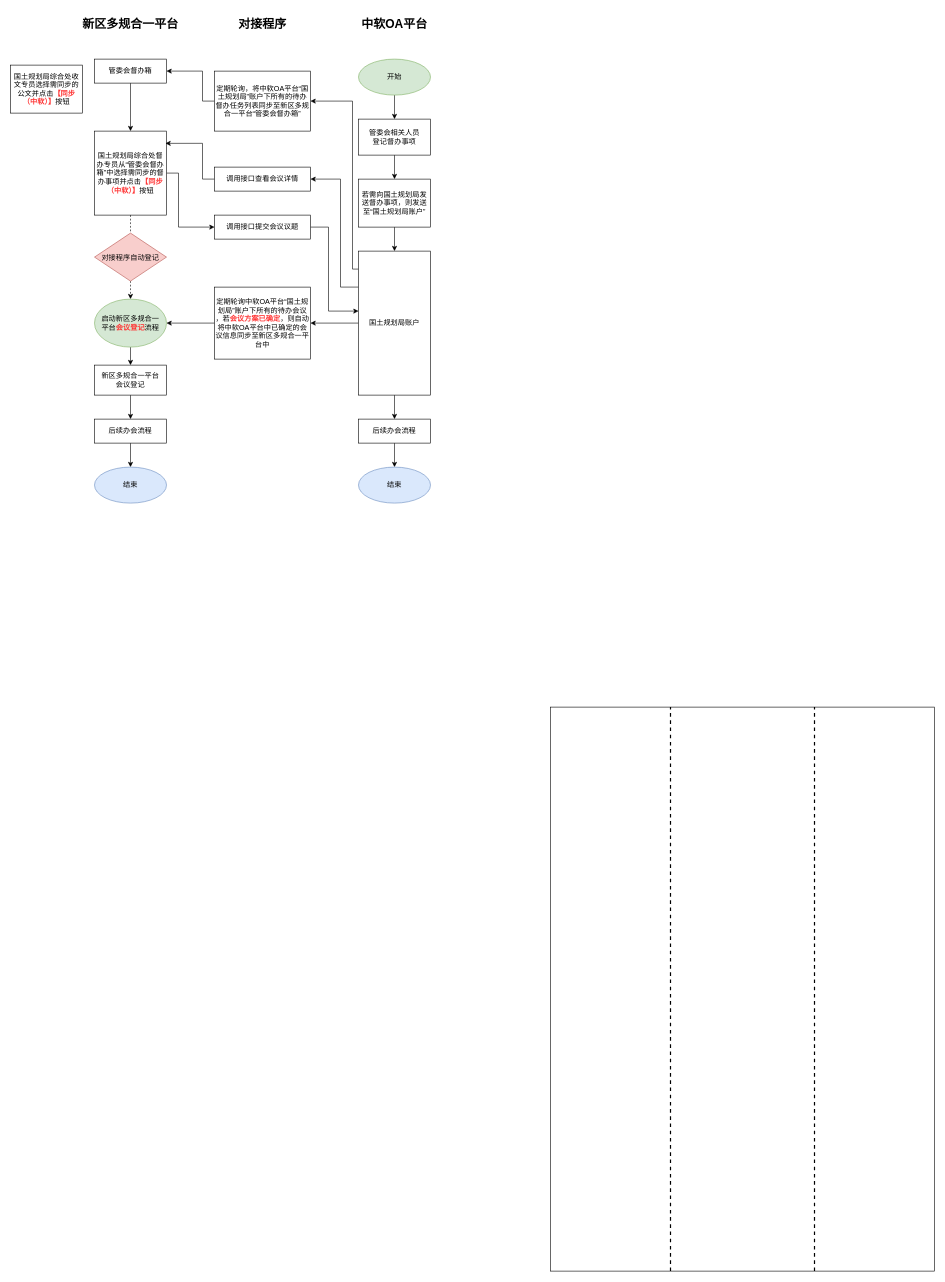
Before: page "督办模块" (6 of 6) of 中软对接.drawio in 806100963/draw.io, a draw.io diagram. Source tidied: cells renumbered, new cells numbered last; positions are measured from the earlier drawing's top-left corner, leaving out a move shared by most shapes. Both pictures are drawn from the tidied source at 60%, with x=0, y=0 at pixel (10, 11).
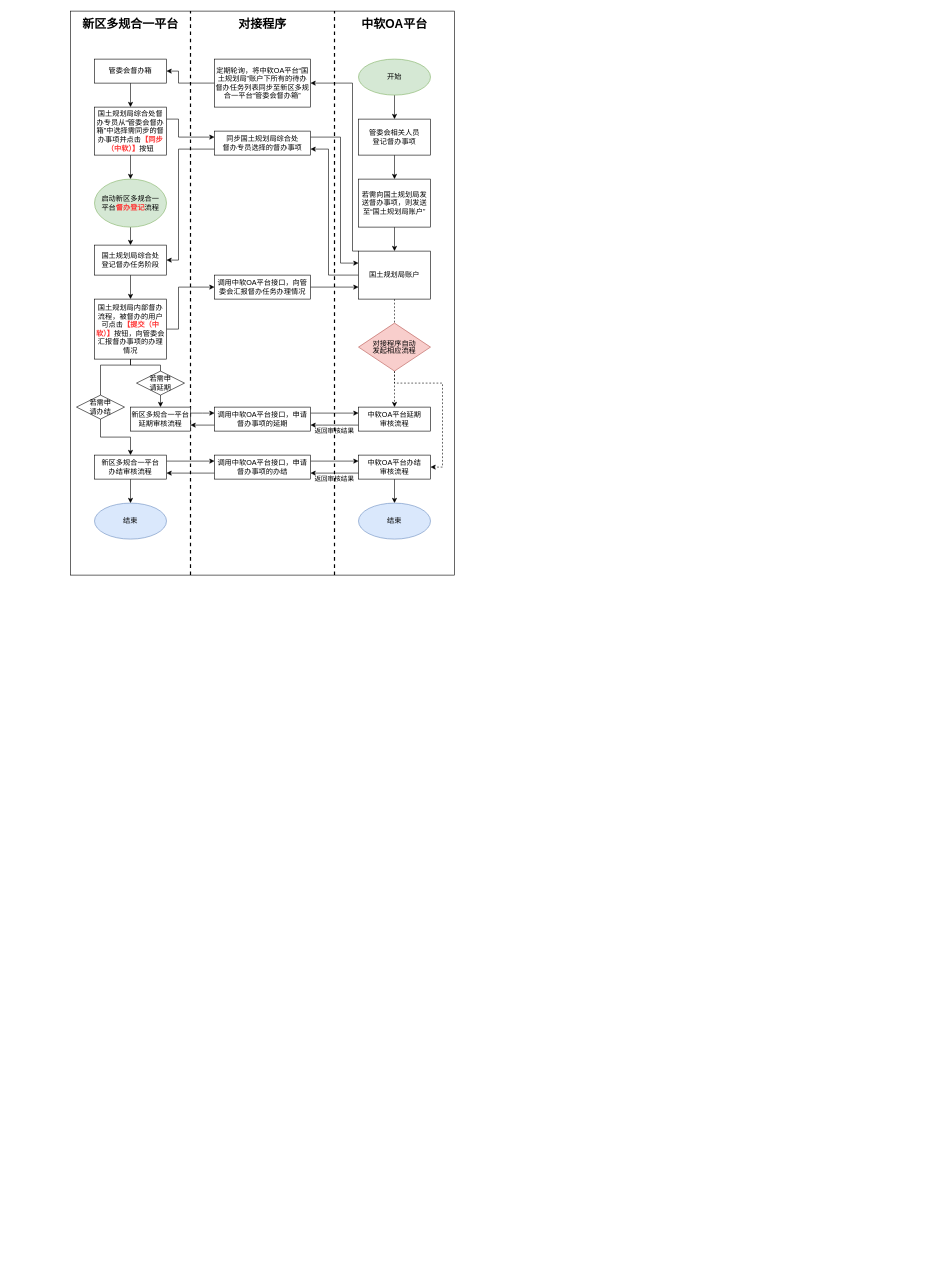
The same page after the edit.

Unchanged cells that the change refers to:
```xml
<mxCell id="16" value="管委会督办箱" style="rounded=0;whiteSpace=wrap;html=1;fontSize=12;" parent="1" vertex="1">
  <mxGeometry x="140" y="80" width="120" height="40" as="geometry" />
</mxCell>
```

Change to the diagram source:
```diff
@@
+    <mxCell id="41" style="group;" parent="1" vertex="1">
+      <mxGeometry x="100" width="640" height="940" as="geometry" />
+    </mxCell>
+    <mxCell id="42" style="rounded=0;whiteSpace=wrap;html=1;fontSize=20;" parent="41" vertex="1">
+      <mxGeometry width="640" height="940" as="geometry" />
+    </mxCell>
+    <mxCell id="43" style="endArrow=none;dashed=1;html=1;strokeWidth=2;" parent="41" edge="1">
+      <mxGeometry y="-293.8" as="geometry">
+        <mxPoint x="440" y="940" as="sourcePoint" />
+        <mxPoint x="440" as="targetPoint" />
+      </mxGeometry>
+    </mxCell>
+    <mxCell id="44" style="endArrow=none;dashed=1;html=1;strokeWidth=2;" parent="41" edge="1">
+      <mxGeometry x="-10" y="-308.4" as="geometry">
+        <mxPoint x="200" y="940" as="sourcePoint" />
+        <mxPoint x="200" as="targetPoint" />
+      </mxGeometry>
+    </mxCell>
+    <mxCell id="46" value="若需申&lt;br&gt;请延期" style="rhombus;whiteSpace=wrap;html=1;" parent="41" vertex="1">
+      <mxGeometry x="110" y="600" width="80" height="40" as="geometry" />
+    </mxCell>
+    <mxCell id="47" value="若需申&lt;br&gt;请办结" style="rhombus;whiteSpace=wrap;html=1;" parent="41" vertex="1">
+      <mxGeometry x="10" y="640" width="80" height="40" as="geometry" />
+    </mxCell>
@@
     <mxCell id="8" style="edgeStyle=orthogonalEdgeStyle;rounded=0;jettySize=auto;html=1;entryX=1;entryY=0.5;entryDx=0;entryDy=0;fontSize=12;" parent="1" edge="1" source="12" target="14">
       <mxGeometry relative="1" as="geometry">
         <Array as="points">
-          <mxPoint x="570" y="430" />
-          <mxPoint x="570" y="150" />
+          <mxPoint x="570" y="400" />
+          <mxPoint x="570" y="120" />
         </Array>
       </mxGeometry>
     </mxCell>
-    <mxCell id="9" style="edgeStyle=orthogonalEdgeStyle;rounded=0;jettySize=auto;html=1;exitX=0;exitY=0.25;exitDx=0;exitDy=0;entryX=1;entryY=0.5;entryDx=0;entryDy=0;fontSize=12;" parent="1" edge="1" source="12" target="27">
-      <mxGeometry relative="1" as="geometry">
-        <Array as="points">
-          <mxPoint x="550" y="460" />
-          <mxPoint x="550" y="280" />
-        </Array>
-      </mxGeometry>
-    </mxCell>
-    <mxCell id="10" style="edgeStyle=orthogonalEdgeStyle;rounded=0;jettySize=auto;html=1;exitX=0;exitY=0.5;exitDx=0;exitDy=0;entryX=1;entryY=0.5;entryDx=0;entryDy=0;fontSize=12;" parent="1" edge="1" source="12" target="19">
-      <mxGeometry relative="1" as="geometry" />
-    </mxCell>
-    <mxCell id="11" style="edgeStyle=orthogonalEdgeStyle;rounded=0;jettySize=auto;html=1;exitX=0.5;exitY=1;exitDx=0;exitDy=0;fontSize=12;" parent="1" edge="1" source="12" target="34">
-      <mxGeometry relative="1" as="geometry" />
-    </mxCell>
+    <mxCell id="48" style="edgeStyle=orthogonalEdgeStyle;rounded=0;jettySize=auto;html=1;entryX=1;entryY=0.75;entryDx=0;entryDy=0;" parent="1" edge="1" source="12" target="58">
+      <mxGeometry relative="1" as="geometry">
+        <Array as="points">
+          <mxPoint x="530" y="440" />
+          <mxPoint x="530" y="230" />
+        </Array>
+      </mxGeometry>
+    </mxCell>
+    <mxCell id="49" style="edgeStyle=orthogonalEdgeStyle;rounded=0;jettySize=auto;html=1;exitX=0.5;exitY=1;exitDx=0;exitDy=0;fontSize=7;dashed=1;" parent="1" edge="1" source="12" target="75">
+      <mxGeometry relative="1" as="geometry" />
+    </mxCell>
+    <mxCell id="50" style="edgeStyle=orthogonalEdgeStyle;rounded=0;jettySize=auto;html=1;exitX=0.5;exitY=1;exitDx=0;exitDy=0;entryX=1;entryY=0.5;entryDx=0;entryDy=0;fontSize=7;startArrow=none;dashed=1;" parent="1" edge="1" source="78" target="34">
+      <mxGeometry relative="1" as="geometry">
+        <Array as="points">
+          <mxPoint x="640" y="620" />
+          <mxPoint x="720" y="620" />
+          <mxPoint x="720" y="760" />
+        </Array>
+      </mxGeometry>
+    </mxCell>
     <mxCell id="12" value="国土规划局账户" style="rounded=0;whiteSpace=wrap;html=1;fontSize=12;" parent="1" vertex="1">
-      <mxGeometry x="580" y="400" width="120" height="240" as="geometry" />
+      <mxGeometry x="580" y="400" width="120" height="80" as="geometry" />
     </mxCell>
     <mxCell id="13" style="edgeStyle=orthogonalEdgeStyle;rounded=0;jettySize=auto;html=1;exitX=0;exitY=0.5;exitDx=0;exitDy=0;entryX=1;entryY=0.5;entryDx=0;entryDy=0;fontSize=12;" parent="1" edge="1" source="14" target="16">
       <mxGeometry relative="1" as="geometry">
         <Array as="points">
-          <mxPoint x="320" y="150" />
-          <mxPoint x="320" y="100" />
+          <mxPoint x="280" y="120" />
+          <mxPoint x="280" y="100" />
         </Array>
       </mxGeometry>
     </mxCell>
     <mxCell id="14" value="定期轮询，将中软OA平台“国土规划局”账户下所有的待办督办任务列表同步至新区多规合一平台“管委会督办箱”" style="rounded=0;whiteSpace=wrap;html=1;" parent="1" vertex="1">
-      <mxGeometry x="340" y="100" width="160" height="100" as="geometry" />
+      <mxGeometry x="340" y="80" width="160" height="80" as="geometry" />
     </mxCell>
@@
-    <mxCell id="17" style="edgeStyle=orthogonalEdgeStyle;rounded=0;jettySize=auto;html=1;exitX=0.5;exitY=1;exitDx=0;exitDy=0;entryX=0.5;entryY=0;entryDx=0;entryDy=0;fontSize=12;dashed=1;startArrow=none;" parent="1" edge="1" source="36" target="21">
-      <mxGeometry relative="1" as="geometry" />
-    </mxCell>
-    <mxCell id="18" style="edgeStyle=orthogonalEdgeStyle;rounded=0;jettySize=auto;html=1;exitX=0;exitY=0.5;exitDx=0;exitDy=0;entryX=1;entryY=0.5;entryDx=0;entryDy=0;fontSize=12;" parent="1" edge="1" source="19" target="21">
-      <mxGeometry relative="1" as="geometry" />
-    </mxCell>
-    <mxCell id="19" value="定期轮询中软OA平台“国土规划局”账户下所有的待办会议&lt;br&gt;，若&lt;b&gt;&lt;font color=&quot;#ff3333&quot;&gt;会议方案已确定&lt;/font&gt;&lt;/b&gt;，则自动将中软OA平台中已确定的会议信息同步至新区多规合一平台中" style="rounded=0;whiteSpace=wrap;html=1;" parent="1" vertex="1">
-      <mxGeometry x="340" y="460" width="160" height="120" as="geometry" />
-    </mxCell>
@@
-    <mxCell id="21" value="启动新区多规合一&lt;br&gt;平台&lt;b&gt;&lt;font color=&quot;#ff3333&quot;&gt;会议登记&lt;/font&gt;&lt;/b&gt;流程" style="ellipse;whiteSpace=wrap;html=1;fillColor=#d5e8d4;strokeColor=#82b366;" parent="1" vertex="1">
-      <mxGeometry x="140" y="480" width="120" height="80" as="geometry" />
+    <mxCell id="21" value="启动新区多规合一&lt;br&gt;平台&lt;b&gt;&lt;font color=&quot;#ff3333&quot;&gt;督办登记&lt;/font&gt;&lt;/b&gt;流程" style="ellipse;whiteSpace=wrap;html=1;fillColor=#d5e8d4;strokeColor=#82b366;" parent="1" vertex="1">
+      <mxGeometry x="140" y="280" width="120" height="80" as="geometry" />
     </mxCell>
@@
-    <mxCell id="23" value="新区多规合一平台&lt;br&gt;会议登记" style="rounded=0;whiteSpace=wrap;html=1;fontSize=12;" parent="1" vertex="1">
-      <mxGeometry x="140" y="590" width="120" height="50" as="geometry" />
+    <mxCell id="23" value="国土规划局综合处&lt;br&gt;登记督办任务阶段" style="rounded=0;whiteSpace=wrap;html=1;fontSize=12;" parent="1" vertex="1">
+      <mxGeometry x="140" y="390" width="120" height="50" as="geometry" />
     </mxCell>
-    <mxCell id="24" style="edgeStyle=orthogonalEdgeStyle;rounded=0;jettySize=auto;html=1;exitX=1;exitY=0.5;exitDx=0;exitDy=0;entryX=0;entryY=0.5;entryDx=0;entryDy=0;fontSize=12;" parent="1" edge="1" source="25" target="29">
-      <mxGeometry relative="1" as="geometry">
-        <Array as="points">
-          <mxPoint x="280" y="270" />
-          <mxPoint x="280" y="360" />
-        </Array>
-      </mxGeometry>
-    </mxCell>
+    <mxCell id="51" style="edgeStyle=orthogonalEdgeStyle;rounded=0;jettySize=auto;html=1;exitX=1;exitY=0.25;exitDx=0;exitDy=0;entryX=0;entryY=0.25;entryDx=0;entryDy=0;" parent="1" edge="1" source="25" target="58">
+      <mxGeometry relative="1" as="geometry">
+        <Array as="points">
+          <mxPoint x="280" y="180" />
+          <mxPoint x="280" y="210" />
+        </Array>
+      </mxGeometry>
+    </mxCell>
+    <mxCell id="52" style="edgeStyle=orthogonalEdgeStyle;rounded=0;jettySize=auto;html=1;exitX=0.5;exitY=1;exitDx=0;exitDy=0;" parent="1" edge="1" source="25" target="21">
+      <mxGeometry relative="1" as="geometry" />
+    </mxCell>
     <mxCell id="25" value="国土规划局综合处督办专员从“管委会督办箱”中选择需同步的督办事项并点击&lt;font color=&quot;#ff3333&quot;&gt;&lt;b&gt;【同步（中软）】&lt;/b&gt;&lt;/font&gt;按钮&lt;span&gt;&lt;br&gt;&lt;/span&gt;" style="rounded=0;whiteSpace=wrap;html=1;fontSize=12;" parent="1" vertex="1">
-      <mxGeometry x="140" y="200" width="120" height="140" as="geometry" />
+      <mxGeometry x="140" y="160" width="120" height="80" as="geometry" />
     </mxCell>
-    <mxCell id="26" style="edgeStyle=orthogonalEdgeStyle;rounded=0;jettySize=auto;html=1;exitX=0;exitY=0.5;exitDx=0;exitDy=0;entryX=0.986;entryY=0.146;entryDx=0;entryDy=0;entryPerimeter=0;fontSize=12;" parent="1" edge="1" source="27" target="25">
-      <mxGeometry relative="1" as="geometry">
-        <Array as="points">
-          <mxPoint x="320" y="280" />
-          <mxPoint x="320" y="220" />
-        </Array>
-      </mxGeometry>
-    </mxCell>
-    <mxCell id="27" value="调用接口查看会议详情" style="rounded=0;whiteSpace=wrap;html=1;fontSize=12;" parent="1" vertex="1">
-      <mxGeometry x="340" y="260" width="160" height="40" as="geometry" />
-    </mxCell>
-    <mxCell id="28" style="edgeStyle=orthogonalEdgeStyle;rounded=0;jettySize=auto;html=1;exitX=1;exitY=0.5;exitDx=0;exitDy=0;fontSize=12;" parent="1" edge="1" source="29" target="12">
-      <mxGeometry relative="1" as="geometry">
-        <Array as="points">
-          <mxPoint x="530" y="360" />
-          <mxPoint x="530" y="500" />
-        </Array>
-      </mxGeometry>
-    </mxCell>
-    <mxCell id="29" value="调用接口提交会议议题" style="rounded=0;whiteSpace=wrap;html=1;fontSize=12;" parent="1" vertex="1">
-      <mxGeometry x="340" y="340" width="160" height="40" as="geometry" />
-    </mxCell>
-    <mxCell id="30" style="edgeStyle=orthogonalEdgeStyle;rounded=0;jettySize=auto;html=1;fontSize=12;" parent="1" edge="1" source="31" target="32">
-      <mxGeometry relative="1" as="geometry" />
-    </mxCell>
+    <mxCell id="53" style="edgeStyle=orthogonalEdgeStyle;rounded=0;jettySize=auto;html=1;startArrow=none;" parent="1" edge="1" source="46" target="60">
+      <mxGeometry relative="1" as="geometry">
+        <Array as="points">
+          <mxPoint x="260" y="640" />
+          <mxPoint x="240" y="640" />
+        </Array>
+      </mxGeometry>
+    </mxCell>
+    <mxCell id="54" style="edgeStyle=orthogonalEdgeStyle;rounded=0;jettySize=auto;html=1;exitX=1;exitY=0.5;exitDx=0;exitDy=0;" parent="1" edge="1" source="31" target="73">
+      <mxGeometry relative="1" as="geometry">
+        <Array as="points">
+          <mxPoint x="280" y="530" />
+          <mxPoint x="280" y="460" />
+        </Array>
+      </mxGeometry>
+    </mxCell>
-    <mxCell id="31" value="后续办会流程" style="whiteSpace=wrap;html=1;rounded=0;" parent="1" vertex="1">
-      <mxGeometry x="140" y="680" width="120" height="40" as="geometry" />
+    <mxCell id="31" value="国土规划局内部督办流程，被督办的用户可点击&lt;b&gt;&lt;font color=&quot;#ff3333&quot;&gt;【提交（中软）】&lt;/font&gt;&lt;/b&gt;按钮，向管委会汇报督办事项的办理情况" style="whiteSpace=wrap;html=1;rounded=0;" parent="1" vertex="1">
+      <mxGeometry x="140" y="480" width="120" height="100" as="geometry" />
     </mxCell>
     <mxCell id="32" value="结束" style="ellipse;whiteSpace=wrap;html=1;rounded=0;fillColor=#dae8fc;strokeColor=#6c8ebf;" parent="1" vertex="1">
-      <mxGeometry x="140" y="760" width="120" height="60" as="geometry" />
+      <mxGeometry x="140" y="820" width="120" height="60" as="geometry" />
     </mxCell>
@@
+    <mxCell id="55" style="edgeStyle=orthogonalEdgeStyle;rounded=0;jettySize=auto;html=1;exitX=0;exitY=0.75;exitDx=0;exitDy=0;fontSize=9;" parent="1" edge="1" source="34" target="71">
+      <mxGeometry relative="1" as="geometry">
+        <Array as="points">
+          <mxPoint x="540" y="770" />
+          <mxPoint x="540" y="770" />
+        </Array>
+      </mxGeometry>
+    </mxCell>
-    <mxCell id="34" value="后续办会流程" style="whiteSpace=wrap;html=1;rounded=0;" parent="1" vertex="1">
-      <mxGeometry x="580" y="680" width="120" height="40" as="geometry" />
+    <mxCell id="34" value="中软OA平台办结&lt;br&gt;审核流程" style="whiteSpace=wrap;html=1;rounded=0;" parent="1" vertex="1">
+      <mxGeometry x="580" y="740" width="120" height="40" as="geometry" />
     </mxCell>
     <mxCell id="35" value="结束" style="ellipse;whiteSpace=wrap;html=1;rounded=0;fillColor=#dae8fc;strokeColor=#6c8ebf;" parent="1" vertex="1">
-      <mxGeometry x="580" y="760" width="120" height="60" as="geometry" />
+      <mxGeometry x="580" y="820" width="120" height="60" as="geometry" />
     </mxCell>
-    <mxCell id="36" value="&lt;p&gt;&lt;/p&gt;&lt;div style=&quot;text-align: justify ; line-height: 100% ; font-size: 12px&quot;&gt;对接程序自动登记&lt;/div&gt;&lt;p&gt;&lt;/p&gt;" style="rhombus;whiteSpace=wrap;html=1;fontSize=20;align=center;spacing=0;fillColor=#f8cecc;strokeColor=#b85450;" parent="1" vertex="1">
-      <mxGeometry x="140" y="370" width="120" height="80" as="geometry" />
-    </mxCell>
-    <mxCell id="37" style="edgeStyle=orthogonalEdgeStyle;rounded=0;jettySize=auto;html=1;exitX=0.5;exitY=1;exitDx=0;exitDy=0;entryX=0.5;entryY=0;entryDx=0;entryDy=0;fontSize=12;dashed=1;endArrow=none;" parent="1" edge="1" source="25" target="36">
-      <mxGeometry relative="1" as="geometry" />
-    </mxCell>
@@
-    <mxCell id="41" style="group;" parent="1" vertex="1">
-      <mxGeometry x="900" y="1160" width="640" height="940" as="geometry" />
-    </mxCell>
-    <mxCell id="42" style="rounded=0;whiteSpace=wrap;html=1;fontSize=20;" parent="41" vertex="1">
-      <mxGeometry width="640" height="940" as="geometry" />
-    </mxCell>
-    <mxCell id="43" style="endArrow=none;dashed=1;html=1;strokeWidth=2;" parent="41" edge="1">
-      <mxGeometry y="-293.8" as="geometry">
-        <mxPoint x="440" y="940" as="sourcePoint" />
-        <mxPoint x="440" as="targetPoint" />
-      </mxGeometry>
-    </mxCell>
-    <mxCell id="44" style="endArrow=none;dashed=1;html=1;strokeWidth=2;" parent="41" edge="1">
-      <mxGeometry x="-10" y="-308.4" as="geometry">
-        <mxPoint x="200" y="940" as="sourcePoint" />
-        <mxPoint x="200" as="targetPoint" />
-      </mxGeometry>
-    </mxCell>
-    <mxCell id="45" value="国土规划局综合处收文专员选择需同步的公文并点击&lt;font color=&quot;#ff3333&quot;&gt;&lt;b&gt;【同步（中软）】&lt;/b&gt;&lt;/font&gt;按钮" style="rounded=0;whiteSpace=wrap;html=1;" parent="1" vertex="1">
-      <mxGeometry y="90" width="120" height="80" as="geometry" />
-    </mxCell>
+    <mxCell id="56" style="edgeStyle=orthogonalEdgeStyle;rounded=0;jettySize=auto;html=1;exitX=1;exitY=0.25;exitDx=0;exitDy=0;" parent="1" edge="1" source="58" target="12">
+      <mxGeometry relative="1" as="geometry">
+        <Array as="points">
+          <mxPoint x="550" y="210" />
+          <mxPoint x="550" y="420" />
+        </Array>
+      </mxGeometry>
+    </mxCell>
+    <mxCell id="57" style="edgeStyle=orthogonalEdgeStyle;rounded=0;jettySize=auto;html=1;exitX=0;exitY=0.75;exitDx=0;exitDy=0;" parent="1" edge="1" source="58" target="23">
+      <mxGeometry relative="1" as="geometry">
+        <Array as="points">
+          <mxPoint x="280" y="230" />
+          <mxPoint x="280" y="415" />
+        </Array>
+      </mxGeometry>
+    </mxCell>
+    <mxCell id="58" value="同步国土规划局综合处&lt;br&gt;督办专员选择的督办事项" style="rounded=0;whiteSpace=wrap;html=1;" parent="1" vertex="1">
+      <mxGeometry x="340" y="200" width="160" height="40" as="geometry" />
+    </mxCell>
+    <mxCell id="59" style="edgeStyle=orthogonalEdgeStyle;rounded=0;jettySize=auto;html=1;" parent="1" edge="1" source="60" target="68">
+      <mxGeometry relative="1" as="geometry">
+        <Array as="points">
+          <mxPoint x="320" y="670" />
+          <mxPoint x="320" y="670" />
+        </Array>
+      </mxGeometry>
+    </mxCell>
+    <mxCell id="60" value="新区多规合一平台&lt;br&gt;延期审核流程" style="whiteSpace=wrap;html=1;rounded=0;" parent="1" vertex="1">
+      <mxGeometry x="200" y="660" width="100" height="40" as="geometry" />
+    </mxCell>
+    <mxCell id="61" style="edgeStyle=orthogonalEdgeStyle;rounded=0;jettySize=auto;html=1;endArrow=none;exitX=0.5;exitY=1;exitDx=0;exitDy=0;" parent="1" edge="1" source="31" target="46">
+      <mxGeometry relative="1" as="geometry">
+        <Array as="points">
+          <mxPoint x="200" y="590" />
+          <mxPoint x="250" y="590" />
+        </Array>
+      </mxGeometry>
+    </mxCell>
+    <mxCell id="62" style="edgeStyle=orthogonalEdgeStyle;rounded=0;jettySize=auto;html=1;exitX=0.5;exitY=1;exitDx=0;exitDy=0;" parent="1" edge="1" source="64" target="32">
+      <mxGeometry relative="1" as="geometry" />
+    </mxCell>
+    <mxCell id="63" style="edgeStyle=orthogonalEdgeStyle;rounded=0;jettySize=auto;html=1;" parent="1" edge="1" source="64" target="71">
+      <mxGeometry relative="1" as="geometry">
+        <Array as="points">
+          <mxPoint x="300" y="750" />
+          <mxPoint x="300" y="750" />
+        </Array>
+      </mxGeometry>
+    </mxCell>
+    <mxCell id="64" value="新区多规合一平台&lt;br&gt;办结审核流程" style="whiteSpace=wrap;html=1;rounded=0;" parent="1" vertex="1">
+      <mxGeometry x="140" y="740" width="120" height="40" as="geometry" />
+    </mxCell>
+    <mxCell id="65" style="edgeStyle=orthogonalEdgeStyle;rounded=0;jettySize=auto;html=1;exitX=0.5;exitY=1;exitDx=0;exitDy=0;entryX=0.5;entryY=0;entryDx=0;entryDy=0;endArrow=none;" parent="1" edge="1" source="31" target="47">
+      <mxGeometry relative="1" as="geometry">
+        <Array as="points">
+          <mxPoint x="200" y="590" />
+          <mxPoint x="150" y="590" />
+        </Array>
+      </mxGeometry>
+    </mxCell>
+    <mxCell id="66" style="edgeStyle=orthogonalEdgeStyle;rounded=0;jettySize=auto;html=1;" parent="1" edge="1" source="68" target="75">
+      <mxGeometry relative="1" as="geometry">
+        <Array as="points">
+          <mxPoint x="540" y="670" />
+          <mxPoint x="540" y="670" />
+        </Array>
+      </mxGeometry>
+    </mxCell>
+    <mxCell id="67" style="edgeStyle=orthogonalEdgeStyle;rounded=0;jettySize=auto;html=1;exitX=0;exitY=0.75;exitDx=0;exitDy=0;entryX=1;entryY=0.75;entryDx=0;entryDy=0;" parent="1" edge="1" source="68" target="60">
+      <mxGeometry relative="1" as="geometry" />
+    </mxCell>
+    <mxCell id="68" value="调用中软OA平台接口，申请督办事项的延期" style="rounded=0;whiteSpace=wrap;html=1;" parent="1" vertex="1">
+      <mxGeometry x="340" y="660" width="160" height="40" as="geometry" />
+    </mxCell>
+    <mxCell id="69" style="edgeStyle=orthogonalEdgeStyle;rounded=0;jettySize=auto;html=1;" parent="1" edge="1" source="71" target="34">
+      <mxGeometry relative="1" as="geometry">
+        <Array as="points">
+          <mxPoint x="540" y="750" />
+          <mxPoint x="540" y="750" />
+        </Array>
+      </mxGeometry>
+    </mxCell>
+    <mxCell id="70" style="edgeStyle=orthogonalEdgeStyle;rounded=0;jettySize=auto;html=1;exitX=0;exitY=0.75;exitDx=0;exitDy=0;entryX=1;entryY=0.75;entryDx=0;entryDy=0;" parent="1" edge="1" source="71" target="64">
+      <mxGeometry relative="1" as="geometry" />
+    </mxCell>
+    <mxCell id="71" value="调用中软OA平台接口，申请督办事项的办结" style="rounded=0;whiteSpace=wrap;html=1;" parent="1" vertex="1">
+      <mxGeometry x="340" y="740" width="160" height="40" as="geometry" />
+    </mxCell>
+    <mxCell id="72" style="edgeStyle=orthogonalEdgeStyle;rounded=0;jettySize=auto;html=1;exitX=1;exitY=0.5;exitDx=0;exitDy=0;" parent="1" edge="1" source="73" target="12">
+      <mxGeometry relative="1" as="geometry">
+        <Array as="points">
+          <mxPoint x="540" y="460" />
+          <mxPoint x="540" y="460" />
+        </Array>
+      </mxGeometry>
+    </mxCell>
+    <mxCell id="73" value="调用中软OA平台接口，向管委会汇报督办任务办理情况" style="rounded=0;whiteSpace=wrap;html=1;" parent="1" vertex="1">
+      <mxGeometry x="340" y="440" width="160" height="40" as="geometry" />
+    </mxCell>
+    <mxCell id="74" style="edgeStyle=orthogonalEdgeStyle;rounded=0;jettySize=auto;html=1;exitX=0;exitY=0.75;exitDx=0;exitDy=0;" parent="1" edge="1" source="75" target="68">
+      <mxGeometry relative="1" as="geometry">
+        <Array as="points">
+          <mxPoint x="520" y="690" />
+          <mxPoint x="520" y="690" />
+        </Array>
+      </mxGeometry>
+    </mxCell>
+    <mxCell id="75" value="中软OA平台延期&lt;br&gt;审核流程" style="whiteSpace=wrap;html=1;rounded=0;" parent="1" vertex="1">
+      <mxGeometry x="580" y="660" width="120" height="40" as="geometry" />
+    </mxCell>
+    <mxCell id="76" value="&lt;p&gt;&lt;font style=&quot;line-height: 100% ; font-size: 11px&quot;&gt;返回审核结果&lt;/font&gt;&lt;/p&gt;" style="text;strokeColor=none;fillColor=none;align=center;verticalAlign=middle;whiteSpace=wrap;rounded=0;fontSize=7;html=1;" parent="1" vertex="1">
+      <mxGeometry x="500" y="770" width="80" height="20" as="geometry" />
+    </mxCell>
+    <mxCell id="77" value="&lt;p&gt;&lt;font style=&quot;line-height: 100% ; font-size: 11px&quot;&gt;返回审核结果&lt;/font&gt;&lt;/p&gt;" style="text;strokeColor=none;fillColor=none;align=center;verticalAlign=middle;whiteSpace=wrap;rounded=0;fontSize=7;html=1;" parent="1" vertex="1">
+      <mxGeometry x="500" y="690" width="80" height="20" as="geometry" />
+    </mxCell>
+    <mxCell id="78" value="&lt;p&gt;&lt;/p&gt;&lt;div style=&quot;text-align: justify ; line-height: 100% ; font-size: 12px&quot;&gt;对接程序自动&lt;/div&gt;&lt;div style=&quot;text-align: justify ; line-height: 100% ; font-size: 12px&quot;&gt;发起&lt;span&gt;相应流程&lt;/span&gt;&lt;/div&gt;&lt;p&gt;&lt;/p&gt;" style="rhombus;whiteSpace=wrap;html=1;fontSize=20;align=center;spacing=0;fillColor=#f8cecc;strokeColor=#b85450;" parent="1" vertex="1">
+      <mxGeometry x="580" y="520" width="120" height="80" as="geometry" />
+    </mxCell>
+    <mxCell id="79" style="edgeStyle=orthogonalEdgeStyle;rounded=0;jettySize=auto;html=1;exitX=0.5;exitY=1;exitDx=0;exitDy=0;entryX=0.5;entryY=0;entryDx=0;entryDy=0;fontSize=7;" parent="1" edge="1" source="47" target="64">
+      <mxGeometry relative="1" as="geometry" />
+    </mxCell>
```
